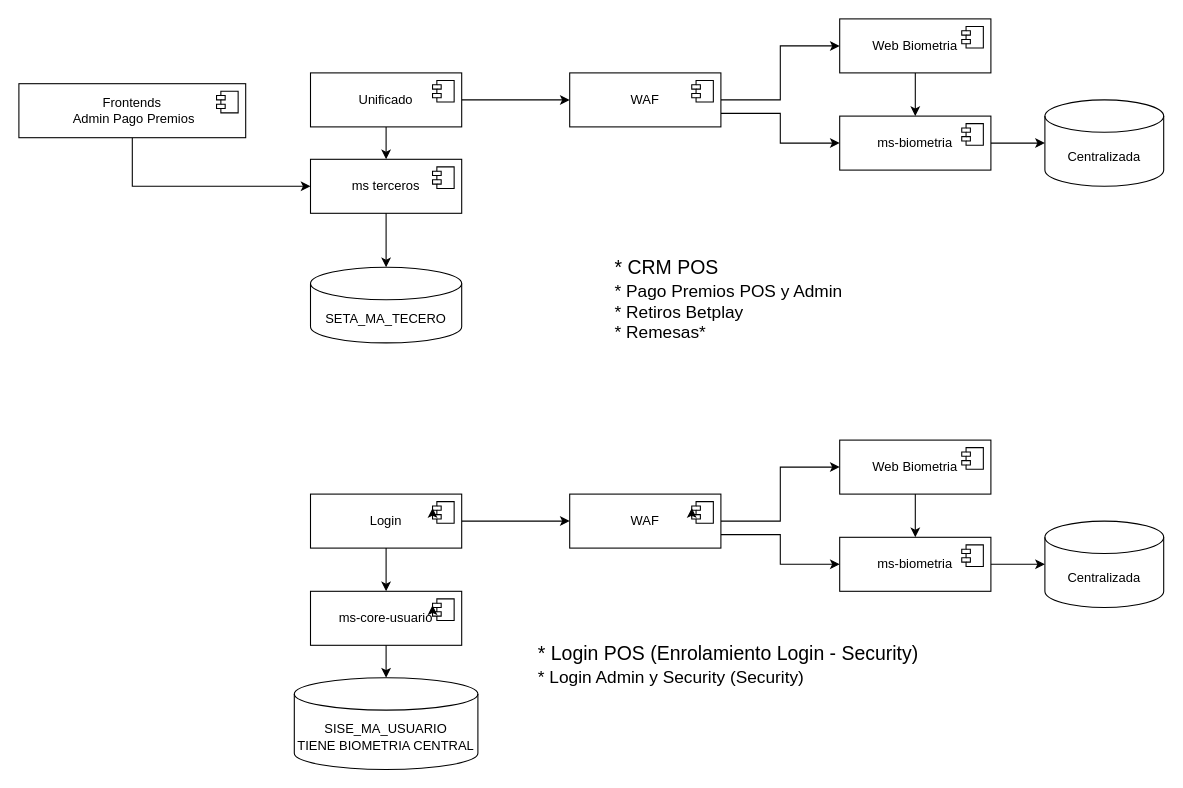
Earlier version of the draw.io diagram page "CRM" (3 of 4) of Biometria.drawio (faberordonez1/diagramas). Source tidied: cells renumbered, new cells numbered last; positions are measured from the earlier drawing's top-left corner, leaving out a move shared by most shapes. Both pictures are drawn from the tidied source at 108%, with x=0, y=0 at pixel (18, 18).
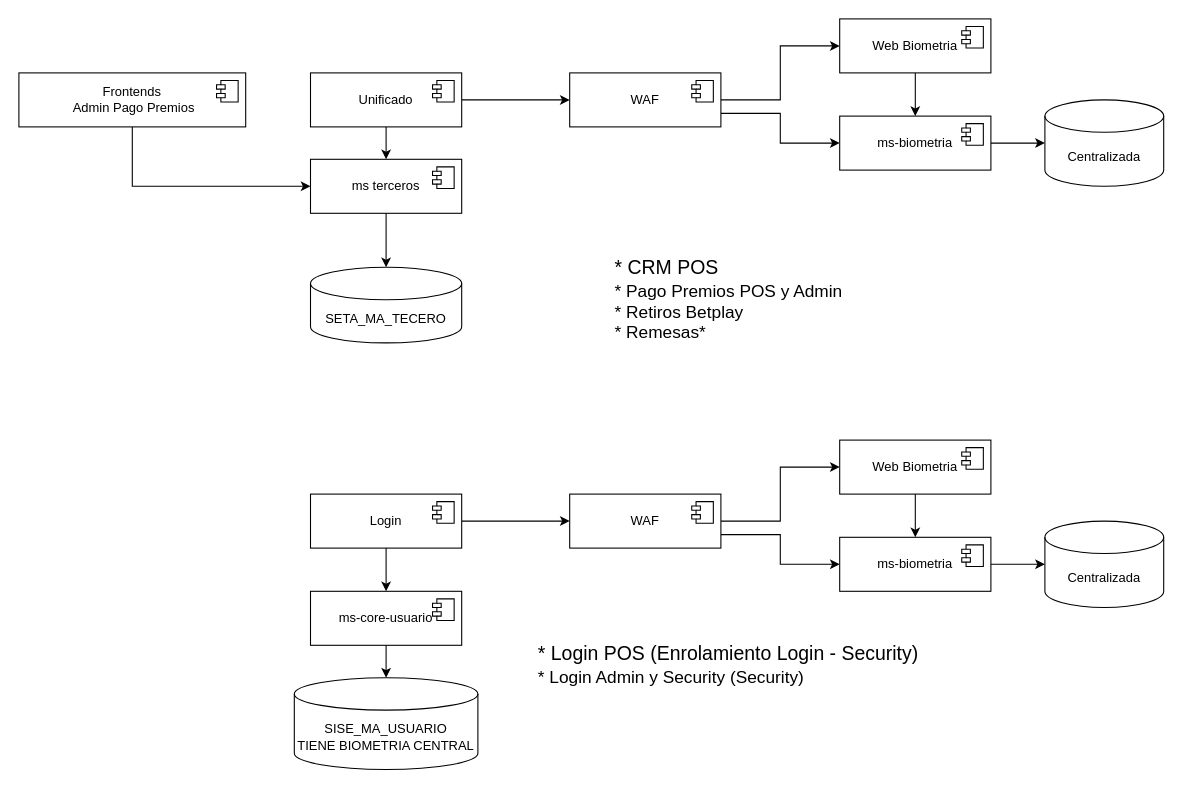
The same diagram, later.

The change refers to these unchanged cells:
```xml
<mxCell id="28" value="WAF" style="html=1;whiteSpace=wrap;" parent="1" vertex="1">
  <mxGeometry x="510" y="440" width="140" height="50" as="geometry" />
</mxCell>
<mxCell id="29" style="shape=module;jettyWidth=8;jettyHeight=4;" parent="28" vertex="1">
  <mxGeometry x="1" width="20" height="20" relative="1" as="geometry">
    <mxPoint x="-27" y="7" as="offset" />
  </mxGeometry>
</mxCell>
<mxCell id="38" value="Login" style="html=1;whiteSpace=wrap;" parent="1" vertex="1">
  <mxGeometry x="270" y="440" width="140" height="50" as="geometry" />
</mxCell>
<mxCell id="39" style="shape=module;jettyWidth=8;jettyHeight=4;" parent="38" vertex="1">
  <mxGeometry x="1" width="20" height="20" relative="1" as="geometry">
    <mxPoint x="-27" y="7" as="offset" />
  </mxGeometry>
</mxCell>
<mxCell id="44" value="ms-core-usuario" style="html=1;whiteSpace=wrap;" parent="1" vertex="1">
  <mxGeometry x="270" y="530" width="140" height="50" as="geometry" />
</mxCell>
<mxCell id="45" style="shape=module;jettyWidth=8;jettyHeight=4;" parent="44" vertex="1">
  <mxGeometry x="1" width="20" height="20" relative="1" as="geometry">
    <mxPoint x="-27" y="7" as="offset" />
  </mxGeometry>
</mxCell>
```

What changed in the source:
```diff
@@
     <mxCell id="21" value="Frontends&lt;br&gt;&amp;nbsp;Admin Pago Premios" style="html=1;whiteSpace=wrap;" parent="1" vertex="1">
-      <mxGeometry y="60" width="210" height="50" as="geometry" />
+      <mxGeometry y="50" width="210" height="50" as="geometry" />
     </mxCell>
@@
-    <mxCell id="30" style="edgeStyle=orthogonalEdgeStyle;rounded=0;orthogonalLoop=1;jettySize=auto;html=1;exitX=0;exitY=0;exitDx=0;exitDy=14;exitPerimeter=0;entryX=0;entryY=0;entryDx=0;entryDy=6;entryPerimeter=0;" parent="28" edge="1" source="29" target="29">
-      <mxGeometry relative="1" as="geometry" />
-    </mxCell>
@@
-    <mxCell id="40" style="edgeStyle=orthogonalEdgeStyle;rounded=0;orthogonalLoop=1;jettySize=auto;html=1;exitX=0;exitY=0;exitDx=0;exitDy=14;exitPerimeter=0;entryX=0;entryY=0;entryDx=0;entryDy=6;entryPerimeter=0;" parent="38" edge="1" source="39" target="39">
-      <mxGeometry relative="1" as="geometry" />
-    </mxCell>
@@
-    <mxCell id="46" style="edgeStyle=orthogonalEdgeStyle;rounded=0;orthogonalLoop=1;jettySize=auto;html=1;exitX=0;exitY=0;exitDx=0;exitDy=14;exitPerimeter=0;entryX=0;entryY=0;entryDx=0;entryDy=6;entryPerimeter=0;" parent="44" edge="1" source="45" target="45">
-      <mxGeometry relative="1" as="geometry" />
-    </mxCell>
```
